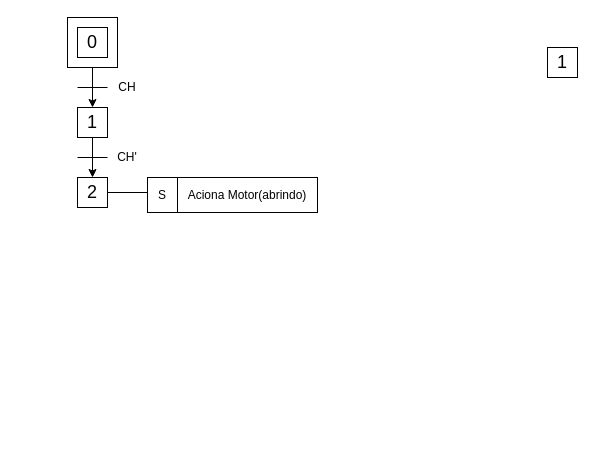
This is Experiência 1 - Portão Automático/Experimento1_CLP.drawio from pedroManuelP/Automa-o-Industrial, a draw.io file, before an edit. Source tidied: cells renumbered, new cells numbered last; positions are measured from the earlier drawing's top-left corner, leaving out a move shared by most shapes. Both pictures are drawn from the tidied source at 100%, with x=0, y=0 at pixel (67, 17).
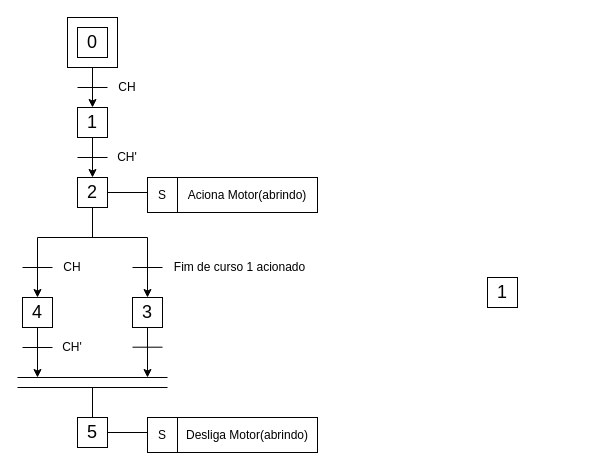
Above is the later version.

The change refers to these unchanged cells:
```xml
<mxCell id="9" value="&lt;font style=&quot;font-size: 18px;&quot;&gt;2&lt;/font&gt;" style="whiteSpace=wrap;html=1;" parent="1" vertex="1">
  <mxGeometry x="10" y="160" width="30" height="30" as="geometry" />
</mxCell>
```

Change to the diagram source:
```diff
@@
     <mxCell id="5" value="&lt;font style=&quot;font-size: 18px;&quot;&gt;1&lt;/font&gt;" style="whiteSpace=wrap;html=1;" parent="1" vertex="1">
-      <mxGeometry x="480" y="30" width="30" height="30" as="geometry" />
+      <mxGeometry x="420" y="260" width="30" height="30" as="geometry" />
     </mxCell>
@@
+    <mxCell id="16" value="&lt;div&gt;&lt;font style=&quot;font-size: 18px;&quot;&gt;4&lt;/font&gt;&lt;/div&gt;" style="whiteSpace=wrap;html=1;" parent="1" vertex="1">
+      <mxGeometry x="-45" y="280" width="30" height="30" as="geometry" />
+    </mxCell>
+    <mxCell id="17" value="&lt;font style=&quot;font-size: 18px;&quot;&gt;3&lt;/font&gt;" style="whiteSpace=wrap;html=1;" parent="1" vertex="1">
+      <mxGeometry x="65" y="280" width="30" height="30" as="geometry" />
+    </mxCell>
+    <mxCell id="18" style="endArrow=none;html=1;rounded=0;exitX=0.5;exitY=1;exitDx=0;exitDy=0;" parent="1" edge="1" source="9">
+      <mxGeometry relative="1" as="geometry">
+        <mxPoint x="25" y="220" as="targetPoint" />
+      </mxGeometry>
+    </mxCell>
+    <mxCell id="19" style="endArrow=classic;html=1;rounded=0;entryX=0.5;entryY=0;entryDx=0;entryDy=0;" parent="1" edge="1" target="17">
+      <mxGeometry relative="1" as="geometry">
+        <mxPoint x="20" y="220" as="sourcePoint" />
+        <Array as="points">
+          <mxPoint x="80" y="220" />
+        </Array>
+      </mxGeometry>
+    </mxCell>
+    <mxCell id="20" style="endArrow=classic;html=1;rounded=0;entryX=0.5;entryY=0;entryDx=0;entryDy=0;" parent="1" edge="1" target="16">
+      <mxGeometry relative="1" as="geometry">
+        <mxPoint x="30" y="220" as="sourcePoint" />
+        <Array as="points">
+          <mxPoint x="-30" y="220" />
+        </Array>
+      </mxGeometry>
+    </mxCell>
+    <mxCell id="21" style="endArrow=none;html=1;rounded=0;" parent="1" edge="1">
+      <mxGeometry relative="1" as="geometry">
+        <mxPoint x="65" y="250" as="sourcePoint" />
+        <mxPoint x="95" y="250" as="targetPoint" />
+      </mxGeometry>
+    </mxCell>
+    <mxCell id="22" value="Fim de curso 1 acionado" style="text;html=1;align=center;verticalAlign=middle;whiteSpace=wrap;rounded=0;" parent="1" vertex="1">
+      <mxGeometry x="105" y="240" width="135" height="20" as="geometry" />
+    </mxCell>
+    <mxCell id="23" style="endArrow=none;html=1;rounded=0;" parent="1" edge="1">
+      <mxGeometry relative="1" as="geometry">
+        <mxPoint x="-45" y="250" as="sourcePoint" />
+        <mxPoint x="-15" y="250" as="targetPoint" />
+      </mxGeometry>
+    </mxCell>
+    <mxCell id="24" value="CH" style="text;html=1;align=center;verticalAlign=middle;whiteSpace=wrap;rounded=0;" parent="1" vertex="1">
+      <mxGeometry x="-5" y="240" width="20" height="20" as="geometry" />
+    </mxCell>
+    <mxCell id="25" value="&lt;font style=&quot;font-size: 18px;&quot;&gt;5&lt;/font&gt;" style="whiteSpace=wrap;html=1;" parent="1" vertex="1">
+      <mxGeometry x="10" y="400" width="30" height="30" as="geometry" />
+    </mxCell>
+    <mxCell id="26" style="endArrow=classic;html=1;rounded=0;exitX=0.5;exitY=1;exitDx=0;exitDy=0;" parent="1" edge="1" source="16">
+      <mxGeometry relative="1" as="geometry">
+        <mxPoint x="-30" y="360" as="targetPoint" />
+      </mxGeometry>
+    </mxCell>
+    <mxCell id="27" style="endArrow=none;html=1;rounded=0;" parent="1" edge="1">
+      <mxGeometry relative="1" as="geometry">
+        <mxPoint x="-45" y="330" as="sourcePoint" />
+        <mxPoint x="-15" y="330" as="targetPoint" />
+      </mxGeometry>
+    </mxCell>
+    <mxCell id="28" value="CH'" style="text;html=1;align=center;verticalAlign=middle;whiteSpace=wrap;rounded=0;" parent="1" vertex="1">
+      <mxGeometry x="-5" y="320" width="20" height="20" as="geometry" />
+    </mxCell>
+    <mxCell id="29" style="endArrow=classic;html=1;rounded=0;exitX=0.5;exitY=1;exitDx=0;exitDy=0;" parent="1" edge="1" source="17">
+      <mxGeometry relative="1" as="geometry">
+        <mxPoint x="80" y="360" as="targetPoint" />
+      </mxGeometry>
+    </mxCell>
+    <mxCell id="30" style="endArrow=none;html=1;rounded=0;exitX=0.5;exitY=0;exitDx=0;exitDy=0;" parent="1" edge="1" source="25">
+      <mxGeometry relative="1" as="geometry">
+        <mxPoint x="25" y="370" as="targetPoint" />
+      </mxGeometry>
+    </mxCell>
+    <mxCell id="31" style="endArrow=none;html=1;rounded=0;" parent="1" edge="1">
+      <mxGeometry relative="1" as="geometry">
+        <mxPoint x="-50" y="360" as="sourcePoint" />
+        <mxPoint x="100" y="360" as="targetPoint" />
+      </mxGeometry>
+    </mxCell>
+    <mxCell id="32" style="endArrow=none;html=1;rounded=0;" parent="1" edge="1">
+      <mxGeometry relative="1" as="geometry">
+        <mxPoint x="-50" y="370" as="sourcePoint" />
+        <mxPoint x="100" y="370" as="targetPoint" />
+      </mxGeometry>
+    </mxCell>
+    <mxCell id="33" style="endArrow=none;html=1;rounded=0;" parent="1" edge="1">
+      <mxGeometry relative="1" as="geometry">
+        <mxPoint x="65" y="329.7" as="sourcePoint" />
+        <mxPoint x="95" y="329.7" as="targetPoint" />
+      </mxGeometry>
+    </mxCell>
+    <mxCell id="34" style="endArrow=none;html=1;rounded=0;exitX=1;exitY=0.5;exitDx=0;exitDy=0;" parent="1" edge="1">
+      <mxGeometry relative="1" as="geometry">
+        <mxPoint x="40" y="415" as="sourcePoint" />
+        <mxPoint x="80" y="415" as="targetPoint" />
+      </mxGeometry>
+    </mxCell>
+    <mxCell id="35" value="Desliga Motor(abrindo)" style="rounded=0;whiteSpace=wrap;html=1;" parent="1" vertex="1">
+      <mxGeometry x="110" y="400" width="140" height="35" as="geometry" />
+    </mxCell>
+    <mxCell id="36" value="S" style="rounded=0;whiteSpace=wrap;html=1;" parent="1" vertex="1">
+      <mxGeometry x="80" y="400" width="30" height="35" as="geometry" />
+    </mxCell>
```
